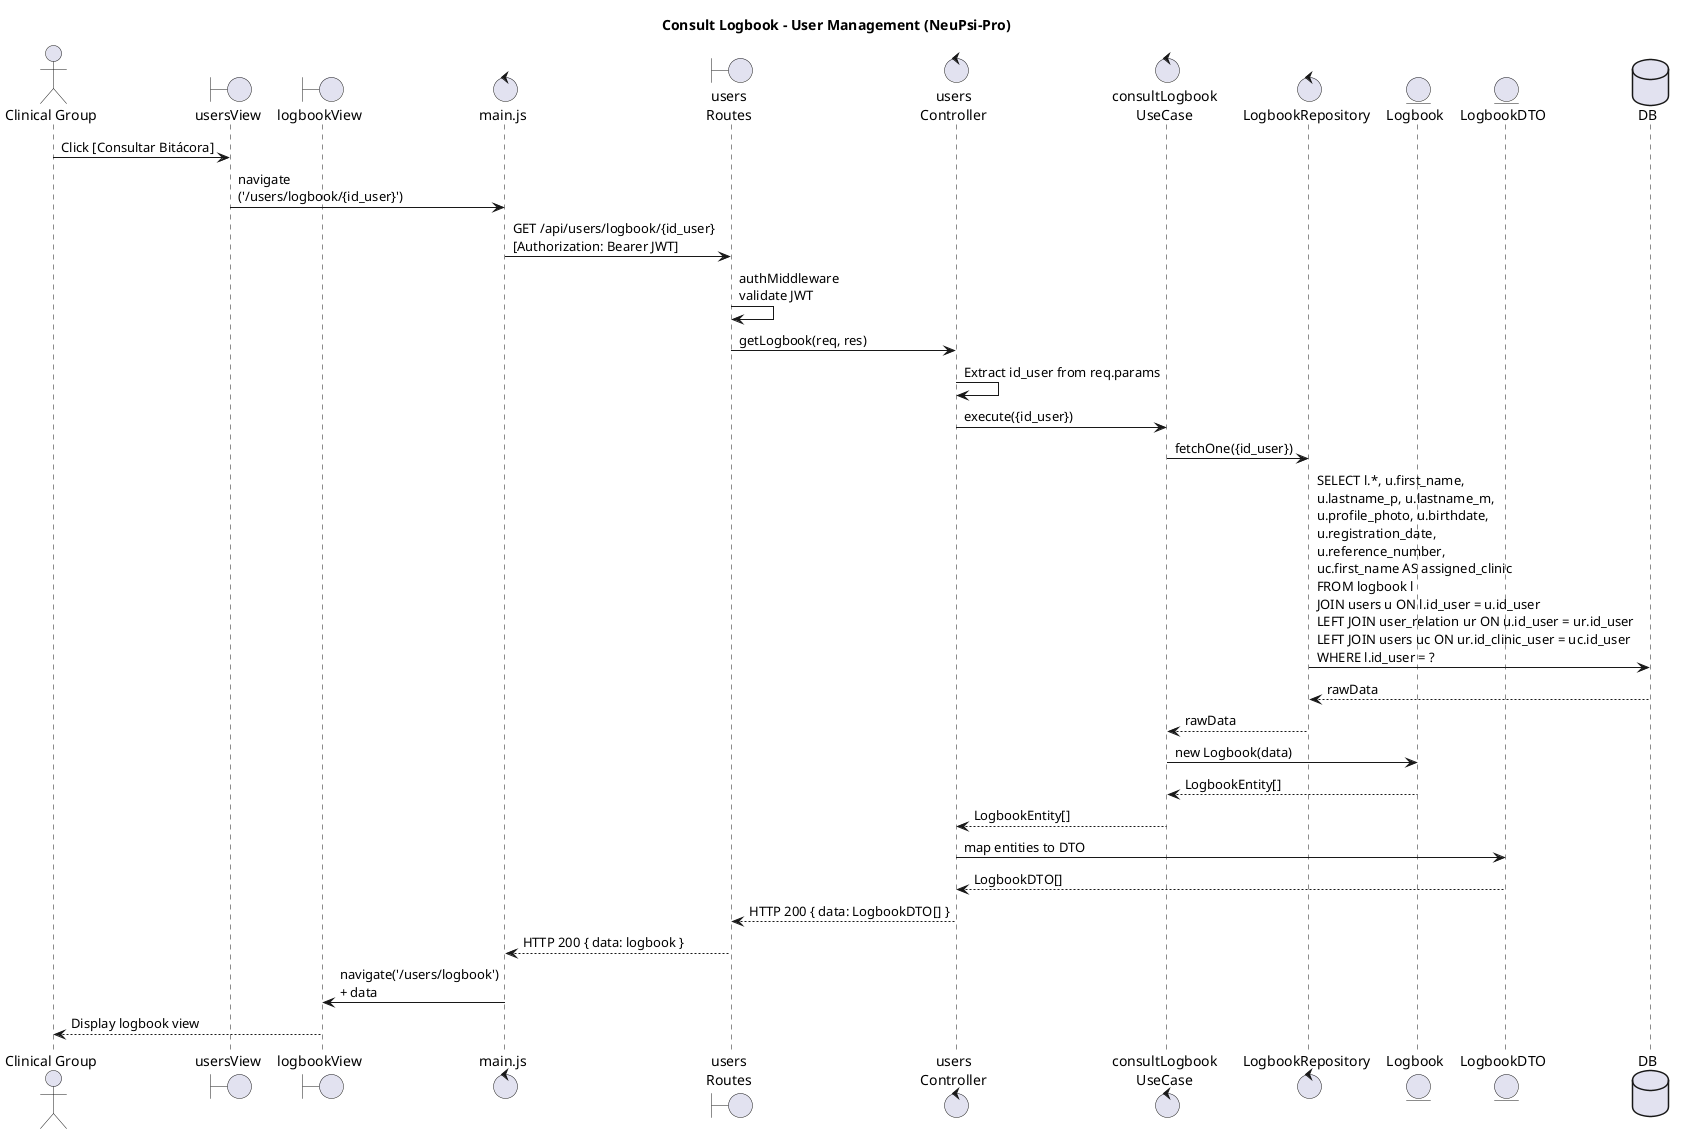
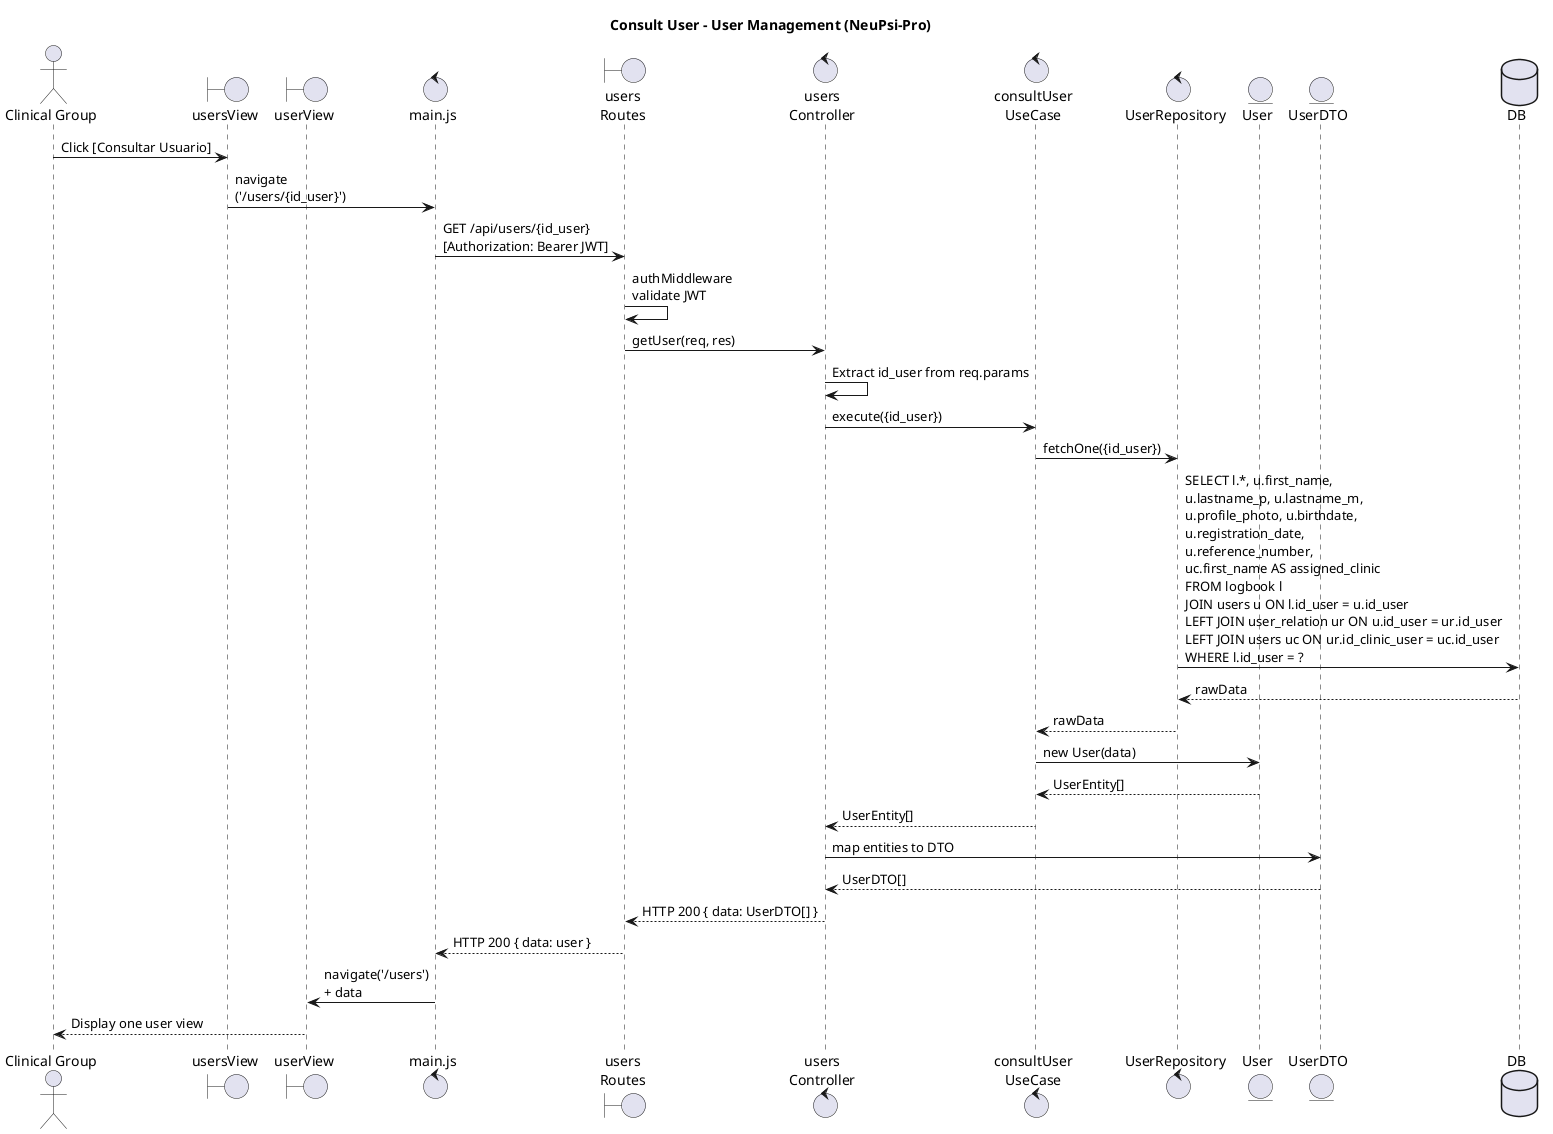
- @startuml GU04 Consult-Logbook
+ @startuml GU04 Consult-User

- title Consult Logbook - User Management (NeuPsi-Pro)
+ title Consult User - User Management (NeuPsi-Pro)

actor "Clinical Group" as CG

boundary "usersView" as VUsers
- boundary "logbookView" as VLog
+ boundary "userView" as VOne
control "main.js" as MAIN
boundary "users\nRoutes" as ROUTE
control "users\nController" as CTRL
- control "consultLogbook\nUseCase" as UC
- control "LogbookRepository" as REPO
- entity "Logbook" as ENT
- entity "LogbookDTO" as DTO
+ control "consultUser\nUseCase" as UC
+ control "UserRepository" as REPO
+ entity "User" as ENT
+ entity "UserDTO" as DTO
database DB

- CG -> VUsers : Click [Consultar Bitácora]
- VUsers -> MAIN : navigate\n('/users/logbook/{id_user}')
+ CG -> VUsers : Click [Consultar Usuario]
+ VUsers -> MAIN : navigate\n('/users/{id_user}')

- MAIN -> ROUTE : GET /api/users/logbook/{id_user}\n[Authorization: Bearer JWT]
+ MAIN -> ROUTE : GET /api/users/{id_user}\n[Authorization: Bearer JWT]

ROUTE -> ROUTE : authMiddleware\nvalidate JWT
- ROUTE -> CTRL : getLogbook(req, res)
+ ROUTE -> CTRL : getUser(req, res)

CTRL -> CTRL : Extract id_user from req.params

CTRL -> UC : execute({id_user})

UC -> REPO : fetchOne({id_user})

REPO -> DB : SELECT l.*, u.first_name,\nu.lastname_p, u.lastname_m,\nu.profile_photo, u.birthdate,\nu.registration_date,\nu.reference_number,\nuc.first_name AS assigned_clinic\nFROM logbook l\nJOIN users u ON l.id_user = u.id_user\nLEFT JOIN user_relation ur ON u.id_user = ur.id_user\nLEFT JOIN users uc ON ur.id_clinic_user = uc.id_user\nWHERE l.id_user = ?

DB --> REPO : rawData

REPO --> UC : rawData

- UC -> ENT : new Logbook(data)
- ENT --> UC : LogbookEntity[]
+ UC -> ENT : new User(data)
+ ENT --> UC : UserEntity[]

- UC --> CTRL : LogbookEntity[]
+ UC --> CTRL : UserEntity[]

CTRL -> DTO : map entities to DTO
- DTO --> CTRL : LogbookDTO[]
+ DTO --> CTRL : UserDTO[]

- CTRL --> ROUTE : HTTP 200 { data: LogbookDTO[] }
+ CTRL --> ROUTE : HTTP 200 { data: UserDTO[] }

- ROUTE --> MAIN : HTTP 200 { data: logbook }
+ ROUTE --> MAIN : HTTP 200 { data: user }

- MAIN -> VLog : navigate('/users/logbook')\n+ data
+ MAIN -> VOne : navigate('/users')\n+ data

- VLog --> CG : Display logbook view
+ VOne --> CG : Display one user view

@enduml